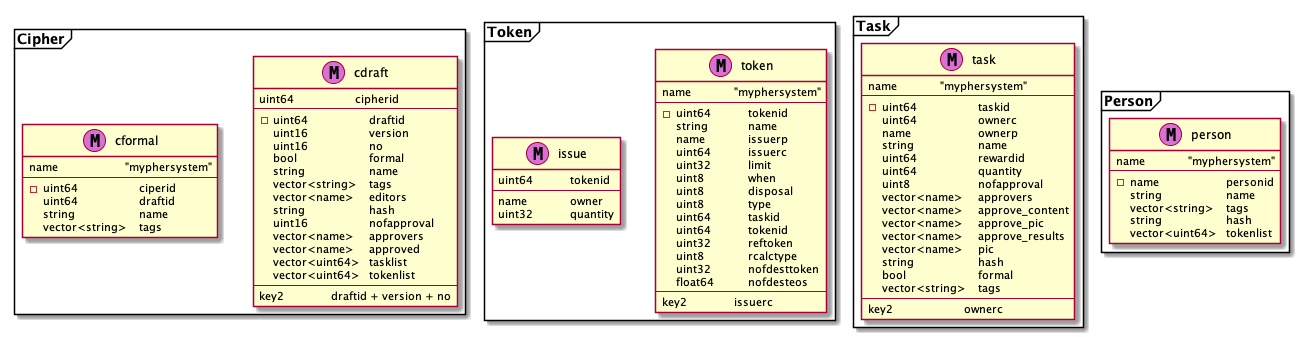
Before: doc/data_structure.png, a diagram exported from PlantUML (mypher/mypher).
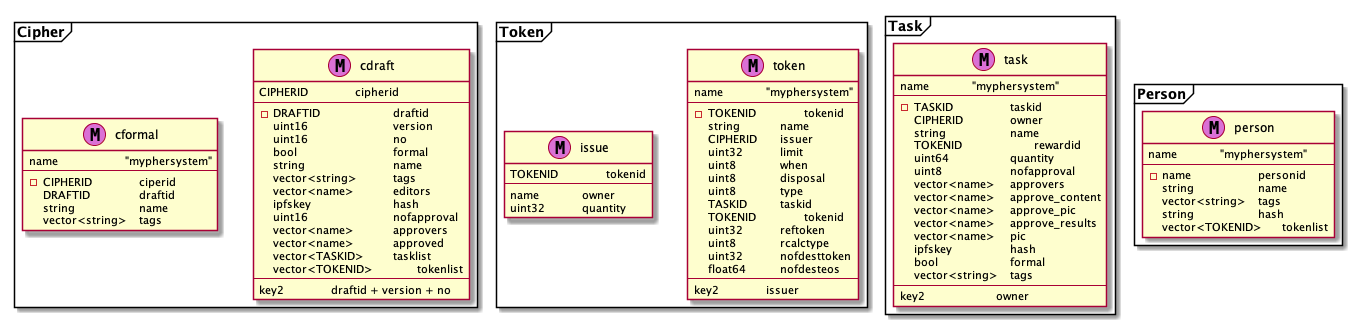
After the change.

Change to the diagram source:
```diff
@@ -2,21 +2,21 @@
 
 package Cipher <<Frame>> {
 	class cdraft << (M,orchid) >> {
-		uint64			cipherid
+		CIPHERID		cipherid
 		--
-	   -uint64			draftid
-	    uint16			version
-	    uint16			no
-		bool			formal
-		string			name
-		vector<string>	tags
-		vector<name>	editors
-		string			hash
-		uint16			nofapproval
-		vector<name>	approvers
-		vector<name>	approved
-		vector<uint64>	tasklist
-		vector<uint64>	tokenlist
+	   -DRAFTID				draftid
+	    uint16				version
+	    uint16				no
+		bool				formal
+		string				name
+		vector<string>		tags
+		vector<name>		editors
+		ipfskey				hash
+		uint16				nofapproval
+		vector<name>		approvers
+		vector<name>		approved
+		vector<TASKID>		tasklist
+		vector<TOKENID>		tokenlist
 		--
 		key2		draftid + version + no
 	}
@@ -24,8 +24,8 @@
 	class cformal << (M,orchid) >> {
 		name			"myphersystem"
 		--
-	   -uint64			ciperid
-		uint64			draftid
+	   -CIPHERID		ciperid
+		DRAFTID			draftid
 		string			name
 		vector<string>	tags
 	}
@@ -35,26 +35,25 @@
 	class token << (M,orchid) >> {
 		name		"myphersystem"
 		--
-	   -uint64		tokenid
+	   -TOKENID		tokenid
 		string		name
-		name		issuerp
-		uint64		issuerc
+		CIPHERID	issuer
 		uint32		limit
 		uint8		when
 		uint8		disposal
 		uint8		type
-		uint64		taskid
-		uint64		tokenid
+		TASKID		taskid
+		TOKENID		tokenid
 		uint32		reftoken
 		uint8		rcalctype
 		uint32		nofdesttoken
 		float64		nofdesteos
 		--
-		key2		issuerc
+		key2		issuer
 	}
 
 	class issue << (M,orchid) >> {
-		uint64		tokenid
+		TOKENID		tokenid
 		--
 		name		owner
 		uint32		quantity
@@ -65,11 +64,10 @@
 	class task << (M,orchid) >> {
 		name		"myphersystem"
 		--
-	   -uint64			taskid
-		uint64			ownerc
-		name			ownerp
+	   -TASKID			taskid
+		CIPHERID		owner
 		string			name
-		uint64			rewardid
+		TOKENID			rewardid
 		uint64			quantity
 		uint8			nofapproval
 		vector<name>	approvers
@@ -77,11 +75,11 @@
 		vector<name>	approve_pic
 		vector<name>	approve_results
 		vector<name>	pic
-		string			hash
+		ipfskey			hash
 		bool			formal
 		vector<string>	tags
 		--
-		key2			ownerc
+		key2			owner
 	}
 }
 
@@ -93,7 +91,7 @@
 		string			name
 		vector<string>	tags
 		string			hash
-		vector<uint64>	tokenlist
+		vector<TOKENID>	tokenlist
 	}
 }
 
```
